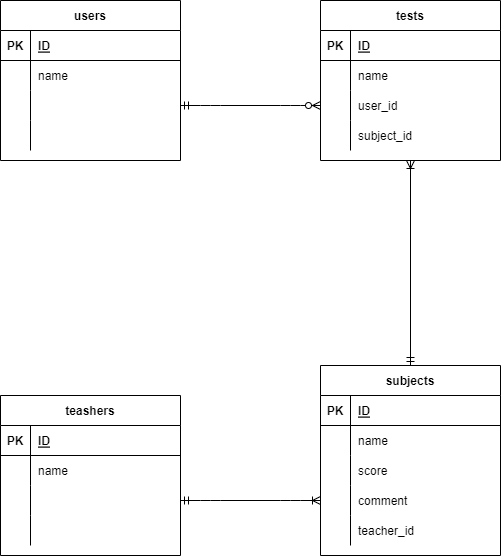
Before: .drawio.png, a diagram exported from draw.io (kaoriii7/coachtech-ER). Source tidied: cells renumbered, new cells last; positions are measured from the earlier drawing's top-left corner, leaving out a move shared by most shapes.
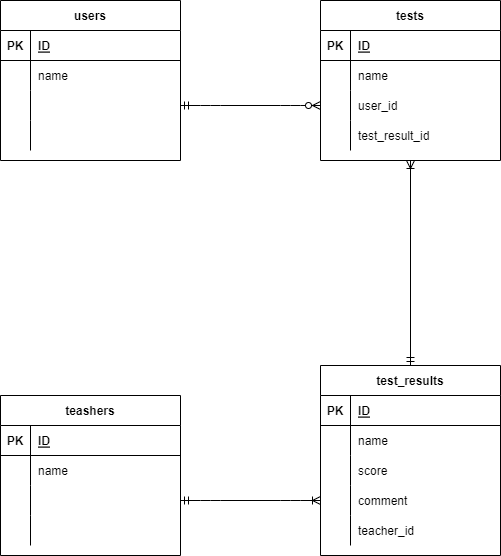
The same file after the commit.

The edit, as a diff of the source:
```diff
@@ -41,7 +41,7 @@
     <mxCell id="14" style="shape=partialRectangle;fillColor=none;top=0;left=0;bottom=0;right=0;align=left;spacingLeft=6;overflow=hidden;" parent="12" vertex="1">
       <mxGeometry x="30" width="150" height="30" as="geometry" />
     </mxCell>
-    <mxCell id="15" value="subjects" style="shape=table;startSize=30;rowLines=0;fontStyle=1;align=center;" parent="1" vertex="1">
+    <mxCell id="15" value="test_results" style="shape=table;startSize=30;rowLines=0;fontStyle=1;align=center;" parent="1" vertex="1">
       <mxGeometry x="320" y="365" width="180" height="190" as="geometry" />
     </mxCell>
     <mxCell id="16" style="shape=partialRectangle;fillColor=none;top=0;left=0;bottom=1;right=0;" parent="15" vertex="1">
@@ -167,7 +167,7 @@
     <mxCell id="56" style="shape=partialRectangle;fillColor=none;top=0;left=0;bottom=0;right=0;overflow=hidden;" parent="55" vertex="1">
       <mxGeometry width="30" height="30" as="geometry" />
     </mxCell>
-    <mxCell id="57" value="subject_id" style="shape=partialRectangle;fillColor=none;top=0;left=0;bottom=0;right=0;align=left;spacingLeft=6;overflow=hidden;" parent="55" vertex="1">
+    <mxCell id="57" value="test_result_id" style="shape=partialRectangle;fillColor=none;top=0;left=0;bottom=0;right=0;align=left;spacingLeft=6;overflow=hidden;" parent="55" vertex="1">
       <mxGeometry x="30" width="150" height="30" as="geometry" />
     </mxCell>
     <mxCell id="58" style="edgeStyle=entityRelationEdgeStyle;fontSize=12;html=1;endArrow=ERzeroToMany;startArrow=ERmandOne;exitX=1;exitY=0.5;exitDx=0;exitDy=0;entryX=0;entryY=0.5;entryDx=0;entryDy=0;" parent="1" edge="1" source="9" target="52">
```
